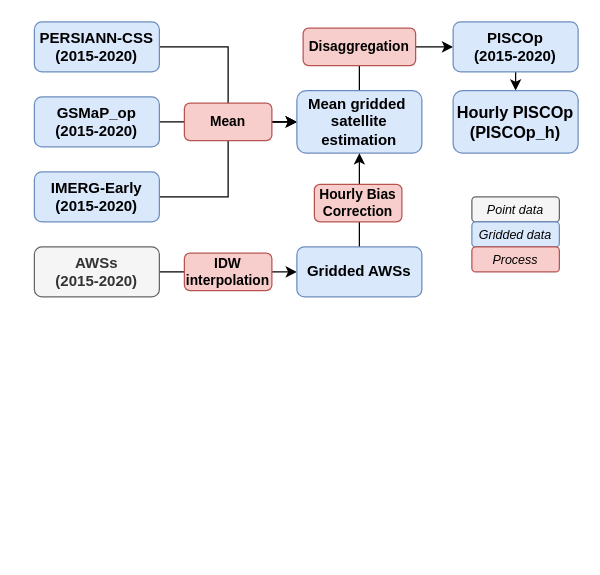
adrHuerta/diagrams keeps this draw.io diagram as Untitled Diagram.drawio. Above is the earlier version. Source tidied: cells renumbered, new cells numbered last; positions are measured from the earlier drawing's top-left corner, leaving out a move shared by most shapes. Both pictures are drawn from the tidied source at 125%, with x=0, y=0 at pixel (34, 21).
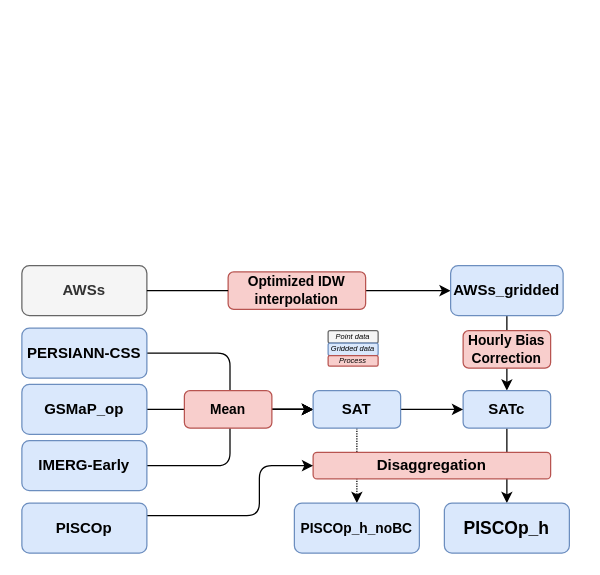
The same diagram, later.

Diff of the diagram source:
```diff
@@
-    <mxCell id="2" style="edgeStyle=orthogonalEdgeStyle;rounded=0;jettySize=auto;html=1;entryX=0;entryY=0.5;entryDx=0;entryDy=0;fontStyle=1;" parent="1" edge="1" source="3" target="9">
-      <mxGeometry relative="1" as="geometry" />
-    </mxCell>
+    <mxCell id="24" style="edgeStyle=orthogonalEdgeStyle;rounded=0;jettySize=auto;html=1;entryX=0.5;entryY=0;entryDx=0;entryDy=0;fontSize=10;" parent="1" edge="1" source="35" target="32">
+      <mxGeometry relative="1" as="geometry" />
+    </mxCell>
+    <mxCell id="25" style="edgeStyle=orthogonalEdgeStyle;rounded=0;jettySize=auto;html=1;entryX=0.5;entryY=0;entryDx=0;entryDy=0;fontSize=10;dashed=1;dashPattern=1 1;" parent="1" edge="1" source="37" target="38">
+      <mxGeometry relative="1" as="geometry" />
+    </mxCell>
+    <mxCell id="26" style="edgeStyle=orthogonalEdgeStyle;rounded=1;jettySize=auto;html=1;entryX=0;entryY=0.5;entryDx=0;entryDy=0;fontSize=10;" parent="1" edge="1" source="3" target="37">
+      <mxGeometry relative="1" as="geometry" />
+    </mxCell>
-    <mxCell id="3" value="PERSIANN-CSS&lt;br&gt;(2015-2020)" style="rounded=1;whiteSpace=wrap;html=1;fillColor=#dae8fc;strokeColor=#6c8ebf;fontStyle=1;" parent="1" vertex="1">
-      <mxGeometry width="100" height="40" as="geometry" />
+    <mxCell id="3" value="PERSIANN-CSS" style="rounded=1;whiteSpace=wrap;html=1;fillColor=#dae8fc;strokeColor=#6c8ebf;fontStyle=1;" parent="1" vertex="1">
+      <mxGeometry x="-10" y="245" width="100" height="40" as="geometry" />
     </mxCell>
-    <mxCell id="4" style="edgeStyle=orthogonalEdgeStyle;rounded=0;jettySize=auto;html=1;fontStyle=1;" parent="1" edge="1" source="5" target="9">
-      <mxGeometry relative="1" as="geometry" />
-    </mxCell>
+    <mxCell id="27" style="edgeStyle=orthogonalEdgeStyle;rounded=0;jettySize=auto;html=1;entryX=0;entryY=0.5;entryDx=0;entryDy=0;fontSize=10;" parent="1" edge="1" source="5" target="37">
+      <mxGeometry relative="1" as="geometry" />
+    </mxCell>
-    <mxCell id="5" value="GSMaP_op&lt;br&gt;(2015-2020)" style="rounded=1;whiteSpace=wrap;html=1;fillColor=#dae8fc;strokeColor=#6c8ebf;fontStyle=1;" parent="1" vertex="1">
-      <mxGeometry y="60" width="100" height="40" as="geometry" />
+    <mxCell id="5" value="GSMaP_op" style="rounded=1;whiteSpace=wrap;html=1;fillColor=#dae8fc;strokeColor=#6c8ebf;fontStyle=1;" parent="1" vertex="1">
+      <mxGeometry x="-10" y="290" width="100" height="40" as="geometry" />
     </mxCell>
-    <mxCell id="6" style="edgeStyle=orthogonalEdgeStyle;rounded=0;jettySize=auto;html=1;entryX=0;entryY=0.5;entryDx=0;entryDy=0;fontStyle=1;" parent="1" edge="1" source="7" target="9">
-      <mxGeometry relative="1" as="geometry" />
-    </mxCell>
+    <mxCell id="28" style="edgeStyle=orthogonalEdgeStyle;rounded=0;jettySize=auto;html=1;entryX=0;entryY=0.5;entryDx=0;entryDy=0;fontSize=10;startArrow=none;" parent="1" edge="1" source="10" target="37">
+      <mxGeometry relative="1" as="geometry" />
+    </mxCell>
+    <mxCell id="29" style="edgeStyle=orthogonalEdgeStyle;rounded=1;jettySize=auto;html=1;entryX=0;entryY=0.5;entryDx=0;entryDy=0;fontSize=11;" parent="1" edge="1" source="7" target="37">
+      <mxGeometry relative="1" as="geometry" />
+    </mxCell>
-    <mxCell id="7" value="IMERG-Early&lt;br&gt;(2015-2020)" style="rounded=1;whiteSpace=wrap;html=1;fillColor=#dae8fc;strokeColor=#6c8ebf;fontStyle=1;" parent="1" vertex="1">
-      <mxGeometry y="120" width="100" height="40" as="geometry" />
+    <mxCell id="7" value="IMERG-Early" style="rounded=1;whiteSpace=wrap;html=1;fillColor=#dae8fc;strokeColor=#6c8ebf;fontStyle=1;" parent="1" vertex="1">
+      <mxGeometry x="-10" y="335" width="100" height="40" as="geometry" />
     </mxCell>
-    <mxCell id="8" style="edgeStyle=orthogonalEdgeStyle;rounded=0;jettySize=auto;html=1;exitX=0.5;exitY=0;exitDx=0;exitDy=0;entryX=0;entryY=0.5;entryDx=0;entryDy=0;fontSize=11;" parent="1" edge="1" source="9" target="12">
-      <mxGeometry relative="1" as="geometry" />
-    </mxCell>
-    <mxCell id="9" value="Mean gridded&amp;nbsp;&lt;br&gt;satellite estimation" style="rounded=1;whiteSpace=wrap;html=1;fillColor=#dae8fc;strokeColor=#6c8ebf;fontStyle=1;" parent="1" vertex="1">
-      <mxGeometry x="210" y="55" width="100" height="50" as="geometry" />
-    </mxCell>
-    <mxCell id="10" value="Mean" style="text;html=1;align=center;verticalAlign=middle;whiteSpace=wrap;rounded=1;fillColor=#f8cecc;strokeColor=#b85450;fontStyle=1;fontSize=11;" parent="1" vertex="1">
-      <mxGeometry x="120" y="65" width="70" height="30" as="geometry" />
-    </mxCell>
-    <mxCell id="11" style="edgeStyle=orthogonalEdgeStyle;rounded=0;jettySize=auto;html=1;exitX=0.5;exitY=1;exitDx=0;exitDy=0;entryX=0.5;entryY=0;entryDx=0;entryDy=0;fontStyle=1;" parent="1" edge="1" source="12" target="20">
-      <mxGeometry relative="1" as="geometry" />
-    </mxCell>
-    <mxCell id="12" value="PISCOp&lt;br&gt;(2015-2020)" style="rounded=1;whiteSpace=wrap;html=1;fillColor=#dae8fc;strokeColor=#6c8ebf;fontStyle=1;" parent="1" vertex="1">
-      <mxGeometry x="335" width="100" height="40" as="geometry" />
-    </mxCell>
-    <mxCell id="13" style="edgeStyle=orthogonalEdgeStyle;rounded=0;jettySize=auto;html=1;entryX=0;entryY=0.5;entryDx=0;entryDy=0;fontSize=11;" parent="1" edge="1" source="14" target="17">
+    <mxCell id="13" style="edgeStyle=orthogonalEdgeStyle;rounded=0;jettySize=auto;html=1;entryX=0;entryY=0.5;entryDx=0;entryDy=0;fontSize=11;startArrow=none;" parent="1" edge="1" source="15" target="17">
       <mxGeometry relative="1" as="geometry" />
     </mxCell>
-    <mxCell id="14" value="AWSs&lt;br&gt;(2015-2020)" style="rounded=1;whiteSpace=wrap;html=1;fillColor=#f5f5f5;fontColor=#333333;strokeColor=#666666;fontStyle=1;" parent="1" vertex="1">
-      <mxGeometry y="180" width="100" height="40" as="geometry" />
+    <mxCell id="14" value="AWSs" style="rounded=1;whiteSpace=wrap;html=1;fillColor=#f5f5f5;fontColor=#333333;strokeColor=#666666;fontStyle=1;" parent="1" vertex="1">
+      <mxGeometry x="-10" y="195" width="100" height="40" as="geometry" />
     </mxCell>
+    <mxCell id="30" style="edgeStyle=orthogonalEdgeStyle;rounded=0;jettySize=auto;html=1;fontSize=10;" parent="1" edge="1" source="17" target="35">
+      <mxGeometry relative="1" as="geometry" />
+    </mxCell>
+    <mxCell id="17" value="AWSs_gridded" style="rounded=1;whiteSpace=wrap;html=1;fillColor=#dae8fc;strokeColor=#6c8ebf;fontStyle=1;" parent="1" vertex="1">
+      <mxGeometry x="333" y="195" width="90" height="40" as="geometry" />
+    </mxCell>
+    <mxCell id="19" value="Disaggregation" style="text;html=1;align=center;verticalAlign=middle;whiteSpace=wrap;rounded=1;fillColor=#f8cecc;strokeColor=#b85450;fontStyle=1;fontSize=12;" parent="1" vertex="1">
+      <mxGeometry x="223" y="344.4" width="190" height="21.2" as="geometry" />
+    </mxCell>
-    <mxCell id="15" value="IDW&lt;br style=&quot;font-size: 11px;&quot;&gt;interpolation" style="text;html=1;align=center;verticalAlign=middle;whiteSpace=wrap;rounded=1;fillColor=#f8cecc;strokeColor=#b85450;fontStyle=1;fontSize=11;" parent="1" vertex="1">
-      <mxGeometry x="120" y="185" width="70" height="30" as="geometry" />
+    <mxCell id="15" value="Optimized IDW&lt;br style=&quot;font-size: 11px;&quot;&gt;interpolation" style="text;html=1;align=center;verticalAlign=middle;whiteSpace=wrap;rounded=1;fillColor=#f8cecc;strokeColor=#b85450;fontStyle=1;fontSize=11;" parent="1" vertex="1">
+      <mxGeometry x="155" y="200" width="110" height="30" as="geometry" />
     </mxCell>
-    <mxCell id="16" style="edgeStyle=orthogonalEdgeStyle;rounded=0;jettySize=auto;html=1;exitX=0.5;exitY=0;exitDx=0;exitDy=0;entryX=0.5;entryY=1;entryDx=0;entryDy=0;fontSize=11;" parent="1" edge="1" source="17" target="9">
-      <mxGeometry relative="1" as="geometry" />
-    </mxCell>
-    <mxCell id="17" value="Gridded AWSs" style="rounded=1;whiteSpace=wrap;html=1;fillColor=#dae8fc;strokeColor=#6c8ebf;fontStyle=1;" parent="1" vertex="1">
-      <mxGeometry x="210" y="180" width="100" height="40" as="geometry" />
-    </mxCell>
+    <mxCell id="31" style="edgeStyle=orthogonalEdgeStyle;rounded=0;jettySize=auto;html=1;entryX=0;entryY=0.5;entryDx=0;entryDy=0;fontSize=11;endArrow=none;" parent="1" edge="1" source="14" target="15">
+      <mxGeometry relative="1" as="geometry" />
+    </mxCell>
+    <mxCell id="32" value="&lt;font style=&quot;font-size: 14px&quot;&gt;PISCOp_h&lt;/font&gt;" style="rounded=1;whiteSpace=wrap;html=1;fillColor=#dae8fc;strokeColor=#6c8ebf;fontStyle=1;" parent="1" vertex="1">
+      <mxGeometry x="328" y="385" width="100" height="40" as="geometry" />
+    </mxCell>
+    <mxCell id="33" style="edgeStyle=orthogonalEdgeStyle;rounded=1;jettySize=auto;html=1;entryX=0;entryY=0.5;entryDx=0;entryDy=0;fontSize=10;" parent="1" edge="1" source="34" target="19">
+      <mxGeometry relative="1" as="geometry">
+        <Array as="points">
+          <mxPoint x="180" y="395" />
+          <mxPoint x="180" y="355" />
+        </Array>
+      </mxGeometry>
+    </mxCell>
+    <mxCell id="34" value="PISCOp" style="rounded=1;whiteSpace=wrap;html=1;fillColor=#dae8fc;strokeColor=#6c8ebf;fontStyle=1;" parent="1" vertex="1">
+      <mxGeometry x="-10" y="385" width="100" height="40" as="geometry" />
+    </mxCell>
+    <mxCell id="35" value="SATc" style="rounded=1;whiteSpace=wrap;html=1;fillColor=#dae8fc;strokeColor=#6c8ebf;fontStyle=1;" parent="1" vertex="1">
+      <mxGeometry x="343" y="295" width="70" height="30" as="geometry" />
+    </mxCell>
     <mxCell id="18" value="Hourly Bias Correction" style="text;html=1;align=center;verticalAlign=middle;whiteSpace=wrap;rounded=1;fillColor=#f8cecc;strokeColor=#b85450;fontStyle=1;fontSize=11;" parent="1" vertex="1">
-      <mxGeometry x="224" y="130" width="70" height="30" as="geometry" />
+      <mxGeometry x="343" y="247" width="70" height="30" as="geometry" />
     </mxCell>
-    <mxCell id="19" value="Disaggregation" style="text;html=1;align=center;verticalAlign=middle;whiteSpace=wrap;rounded=1;fillColor=#f8cecc;strokeColor=#b85450;fontStyle=1;fontSize=11;" parent="1" vertex="1">
-      <mxGeometry x="215" y="5" width="90" height="30" as="geometry" />
-    </mxCell>
-    <mxCell id="20" value="&lt;span style=&quot;font-size: 13px;&quot;&gt;Hourly PISCOp&lt;br style=&quot;font-size: 13px;&quot;&gt;(PISCOp_h)&lt;/span&gt;" style="rounded=1;whiteSpace=wrap;html=1;fillColor=#dae8fc;strokeColor=#6c8ebf;fontStyle=1;fontSize=13;" parent="1" vertex="1">
-      <mxGeometry x="335" y="55" width="100" height="50" as="geometry" />
-    </mxCell>
+    <mxCell id="36" style="edgeStyle=orthogonalEdgeStyle;rounded=1;jettySize=auto;html=1;entryX=0;entryY=0.5;entryDx=0;entryDy=0;fontSize=11;" parent="1" edge="1" source="37" target="35">
+      <mxGeometry relative="1" as="geometry" />
+    </mxCell>
+    <mxCell id="37" value="SAT" style="rounded=1;whiteSpace=wrap;html=1;fillColor=#dae8fc;strokeColor=#6c8ebf;fontStyle=1;" parent="1" vertex="1">
+      <mxGeometry x="223" y="295" width="70" height="30" as="geometry" />
+    </mxCell>
+    <mxCell id="38" value="PISCOp_h_noBC" style="rounded=1;whiteSpace=wrap;html=1;fillColor=#dae8fc;strokeColor=#6c8ebf;fontStyle=1;fontSize=11;" parent="1" vertex="1">
+      <mxGeometry x="208" y="385" width="100" height="40" as="geometry" />
+    </mxCell>
+    <mxCell id="39" style="group;" parent="1" vertex="1">
+      <mxGeometry x="235" y="247" width="40" height="28.3" as="geometry" />
+    </mxCell>
-    <mxCell id="21" value="Point data" style="rounded=1;whiteSpace=wrap;html=1;fontSize=10;fillColor=#f5f5f5;strokeColor=#666666;fontStyle=2;fontColor=#030303;" parent="1" vertex="1">
-      <mxGeometry x="350" y="140" width="70" height="20" as="geometry" />
+    <mxCell id="21" value="Point data" style="rounded=1;whiteSpace=wrap;html=1;fontSize=6;fillColor=#f5f5f5;strokeColor=#666666;fontStyle=2;fontColor=#030303;" parent="39" vertex="1">
+      <mxGeometry width="40" height="10" as="geometry" />
     </mxCell>
-    <mxCell id="22" value="Gridded data" style="rounded=1;whiteSpace=wrap;html=1;fontSize=10;fillColor=#dae8fc;strokeColor=#6c8ebf;fontStyle=2;fontColor=#030303;" parent="1" vertex="1">
-      <mxGeometry x="350" y="160" width="70" height="20" as="geometry" />
+    <mxCell id="22" value="Gridded data" style="rounded=1;whiteSpace=wrap;html=1;fontSize=6;fillColor=#dae8fc;strokeColor=#6c8ebf;fontStyle=2;fontColor=#030303;" parent="39" vertex="1">
+      <mxGeometry y="10" width="40" height="10" as="geometry" />
     </mxCell>
-    <mxCell id="23" value="Process" style="rounded=1;whiteSpace=wrap;html=1;fontSize=10;fillColor=#f8cecc;strokeColor=#b85450;fontStyle=2;" parent="1" vertex="1">
-      <mxGeometry x="350" y="180" width="70" height="20" as="geometry" />
+    <mxCell id="23" value="Process" style="rounded=1;whiteSpace=wrap;html=1;fontSize=6;fillColor=#f8cecc;strokeColor=#b85450;fontStyle=2;" parent="39" vertex="1">
+      <mxGeometry y="20" width="40" height="8.3" as="geometry" />
     </mxCell>
+    <mxCell id="10" value="Mean" style="text;html=1;align=center;verticalAlign=middle;whiteSpace=wrap;rounded=1;fillColor=#f8cecc;strokeColor=#b85450;fontStyle=1;fontSize=11;" parent="1" vertex="1">
+      <mxGeometry x="120" y="295" width="70" height="30" as="geometry" />
+    </mxCell>
```
